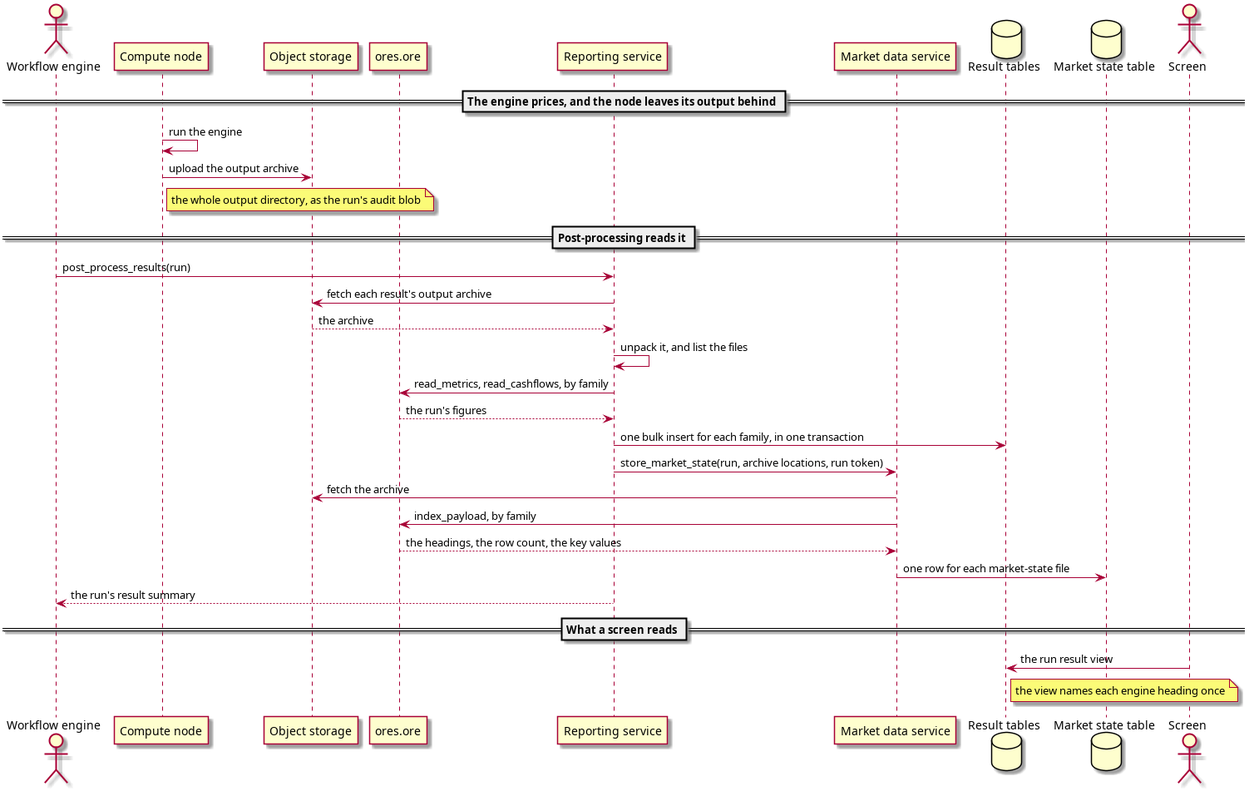
Above: doc/knowledge/architecture/report_post_processing_interaction.png in OreStudio/OreStudio (PlantUML), before the change. Its source is kept beside it as doc/knowledge/architecture/report_post_processing_interaction.puml.
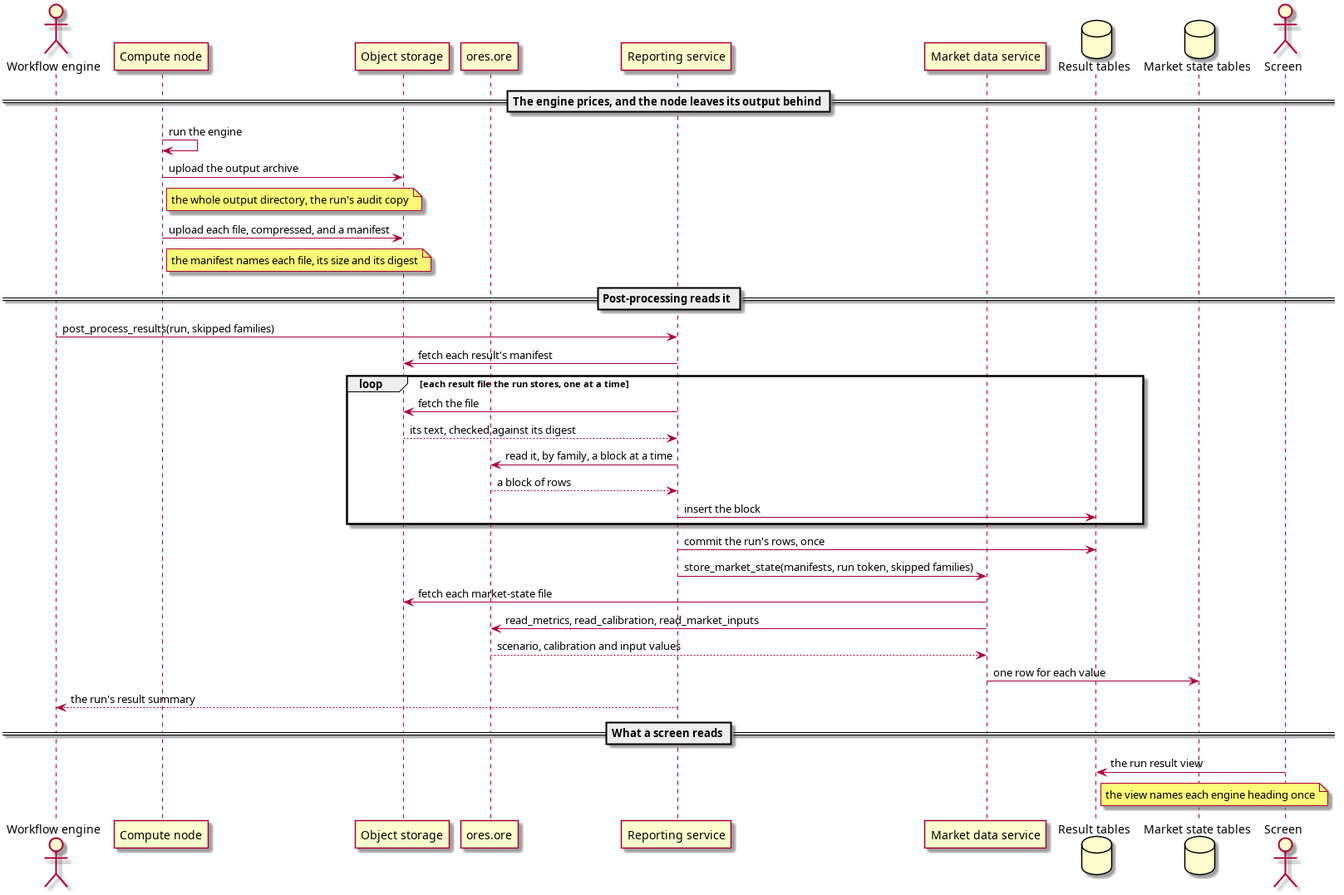
Above is the later version.

Commit message:
[doc] State how a report run's output becomes rows, as built

The edit, as a diff of the source:
```diff
@@ -6,25 +6,30 @@
 participant "Reporting service" as reporting
 participant "Market data service" as marketdata
 database "Result tables" as results
-database "Market state table" as state
+database "Market state tables" as state
 
 == The engine prices, and the node leaves its output behind ==
 node -> node : run the engine
 node -> store : upload the output archive
-note right of node : the whole output directory, as the run's audit blob
+note right of node : the whole output directory, the run's audit copy
+node -> store : upload each file, compressed, and a manifest
+note right of node : the manifest names each file, its size and its digest
 
 == Post-processing reads it ==
-wf -> reporting : post_process_results(run)
-reporting -> store : fetch each result's output archive
-store --> reporting : the archive
-reporting -> reporting : unpack it, and list the files
-reporting -> ore : read_metrics, read_cashflows, by family
-ore --> reporting : the run's figures
-reporting -> results : one bulk insert for each family, in one transaction
-reporting -> marketdata : store_market_state(run, archive locations, run token)
-marketdata -> store : fetch the archive
-marketdata -> ore : read_metrics, read_calibration, by family
-ore --> marketdata : the scenario and calibration values
+wf -> reporting : post_process_results(run, skipped families)
+reporting -> store : fetch each result's manifest
+loop each result file the run stores, one at a time
+  reporting -> store : fetch the file
+  store --> reporting : its text, checked against its digest
+  reporting -> ore : read it, by family, a block at a time
+  ore --> reporting : a block of rows
+  reporting -> results : insert the block
+end
+reporting -> results : commit the run's rows, once
+reporting -> marketdata : store_market_state(manifests, run token, skipped families)
+marketdata -> store : fetch each market-state file
+marketdata -> ore : read_metrics, read_calibration, read_market_inputs
+ore --> marketdata : scenario, calibration and input values
 marketdata -> state : one row for each value
 reporting --> wf : the run's result summary
 
```
